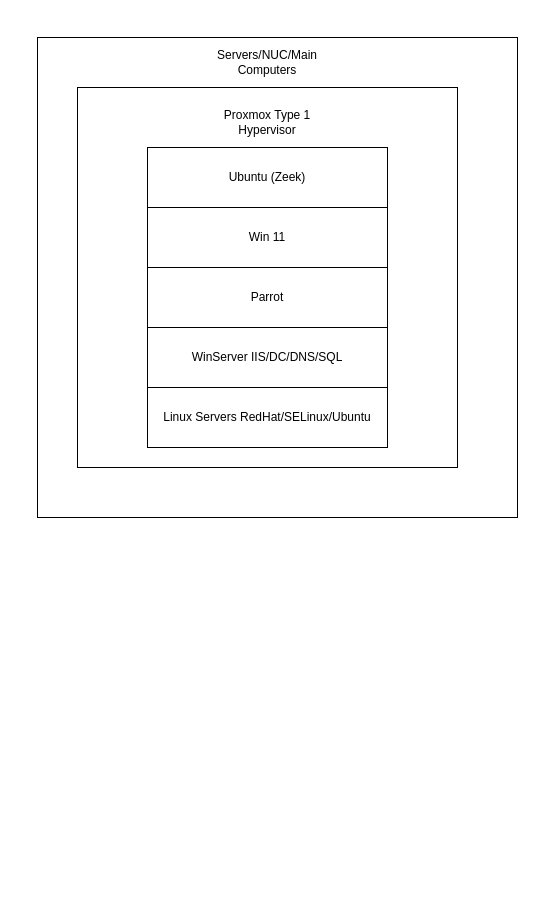
The draw.io diagram images/DetectionLab.drawio in Xp101T7/Xp101T7.github.io, before the edit. Source tidied: cells renumbered, new cells numbered last; positions are measured from the earlier drawing's top-left corner, leaving out a move shared by most shapes. Both pictures are drawn from the tidied source at 100%, with x=0, y=0 at pixel (37, 37).
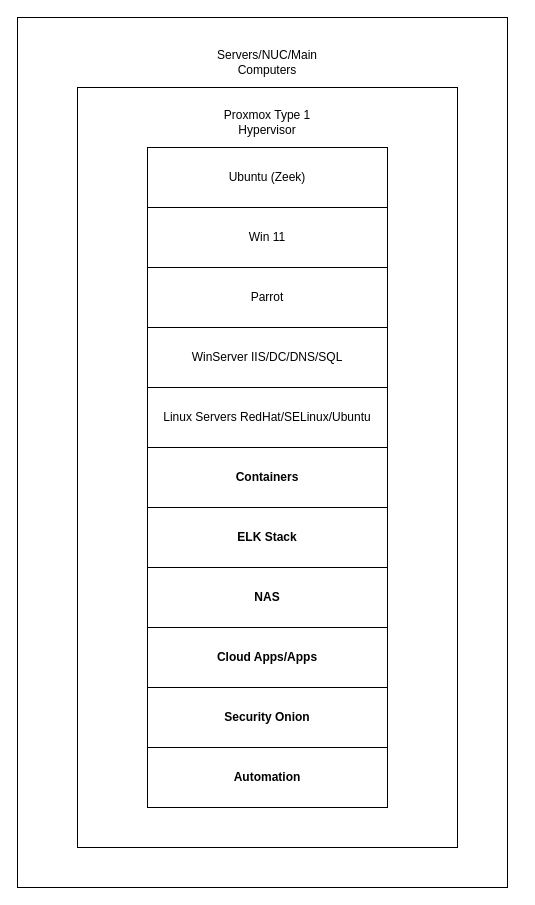
The same page after the edit.

Diff of the diagram source:
```diff
@@
 <mxGraphModel>
   <root>
     <mxCell id="0" />
     <mxCell id="1" parent="0" />
     <mxCell id="2" style="whiteSpace=wrap;html=1;" parent="1" vertex="1">
-      <mxGeometry width="480" height="480" as="geometry" />
+      <mxGeometry x="-20" y="-20" width="490" height="870" as="geometry" />
     </mxCell>
     <mxCell id="3" value="Servers/NUC/Main Computers" style="text;html=1;strokeColor=none;fillColor=none;align=center;verticalAlign=middle;whiteSpace=wrap;rounded=0;" parent="1" vertex="1">
       <mxGeometry x="200" y="10" width="60" height="30" as="geometry" />
     </mxCell>
     <mxCell id="4" style="whiteSpace=wrap;html=1;" parent="1" vertex="1">
-      <mxGeometry x="40" y="50" width="380" height="380" as="geometry" />
+      <mxGeometry x="40" y="50" width="380" height="760" as="geometry" />
     </mxCell>
     <mxCell id="5" value="Proxmox Type 1 Hypervisor" style="text;html=1;strokeColor=none;fillColor=none;align=center;verticalAlign=middle;whiteSpace=wrap;rounded=0;" parent="1" vertex="1">
       <mxGeometry x="160" y="70" width="140" height="30" as="geometry" />
     </mxCell>
     <mxCell id="6" value="Ubuntu (Zeek)" style="rounded=0;whiteSpace=wrap;html=1;" parent="1" vertex="1">
       <mxGeometry x="110" y="110" width="240" height="60" as="geometry" />
     </mxCell>
     <mxCell id="7" value="Win 11" style="rounded=0;whiteSpace=wrap;html=1;" parent="1" vertex="1">
       <mxGeometry x="110" y="170" width="240" height="60" as="geometry" />
     </mxCell>
     <mxCell id="8" value="Parrot" style="rounded=0;whiteSpace=wrap;html=1;" parent="1" vertex="1">
       <mxGeometry x="110" y="230" width="240" height="60" as="geometry" />
     </mxCell>
     <mxCell id="9" value="WinServer IIS/DC/DNS/SQL" style="rounded=0;whiteSpace=wrap;html=1;" parent="1" vertex="1">
       <mxGeometry x="110" y="290" width="240" height="60" as="geometry" />
     </mxCell>
     <mxCell id="10" value="Linux Servers RedHat/SELinux/Ubuntu" style="rounded=0;whiteSpace=wrap;html=1;" parent="1" vertex="1">
       <mxGeometry x="110" y="350" width="240" height="60" as="geometry" />
     </mxCell>
+    <mxCell id="11" value="Containers" style="rounded=0;whiteSpace=wrap;html=1;fontStyle=1;" parent="1" vertex="1">
+      <mxGeometry x="110" y="410" width="240" height="60" as="geometry" />
+    </mxCell>
+    <mxCell id="12" value="ELK Stack" style="rounded=0;whiteSpace=wrap;html=1;fontStyle=1;" parent="1" vertex="1">
+      <mxGeometry x="110" y="470" width="240" height="60" as="geometry" />
+    </mxCell>
+    <mxCell id="13" value="NAS" style="rounded=0;whiteSpace=wrap;html=1;fontStyle=1;" parent="1" vertex="1">
+      <mxGeometry x="110" y="530" width="240" height="60" as="geometry" />
+    </mxCell>
+    <mxCell id="14" value="Cloud Apps/Apps" style="rounded=0;whiteSpace=wrap;html=1;fontStyle=1;" parent="1" vertex="1">
+      <mxGeometry x="110" y="590" width="240" height="60" as="geometry" />
+    </mxCell>
+    <mxCell id="15" value="Security Onion" style="rounded=0;whiteSpace=wrap;html=1;fontStyle=1;" parent="1" vertex="1">
+      <mxGeometry x="110" y="650" width="240" height="60" as="geometry" />
+    </mxCell>
+    <mxCell id="16" value="Automation" style="rounded=0;whiteSpace=wrap;html=1;fontStyle=1;" parent="1" vertex="1">
+      <mxGeometry x="110" y="710" width="240" height="60" as="geometry" />
+    </mxCell>
   </root>
 </mxGraphModel>
```
